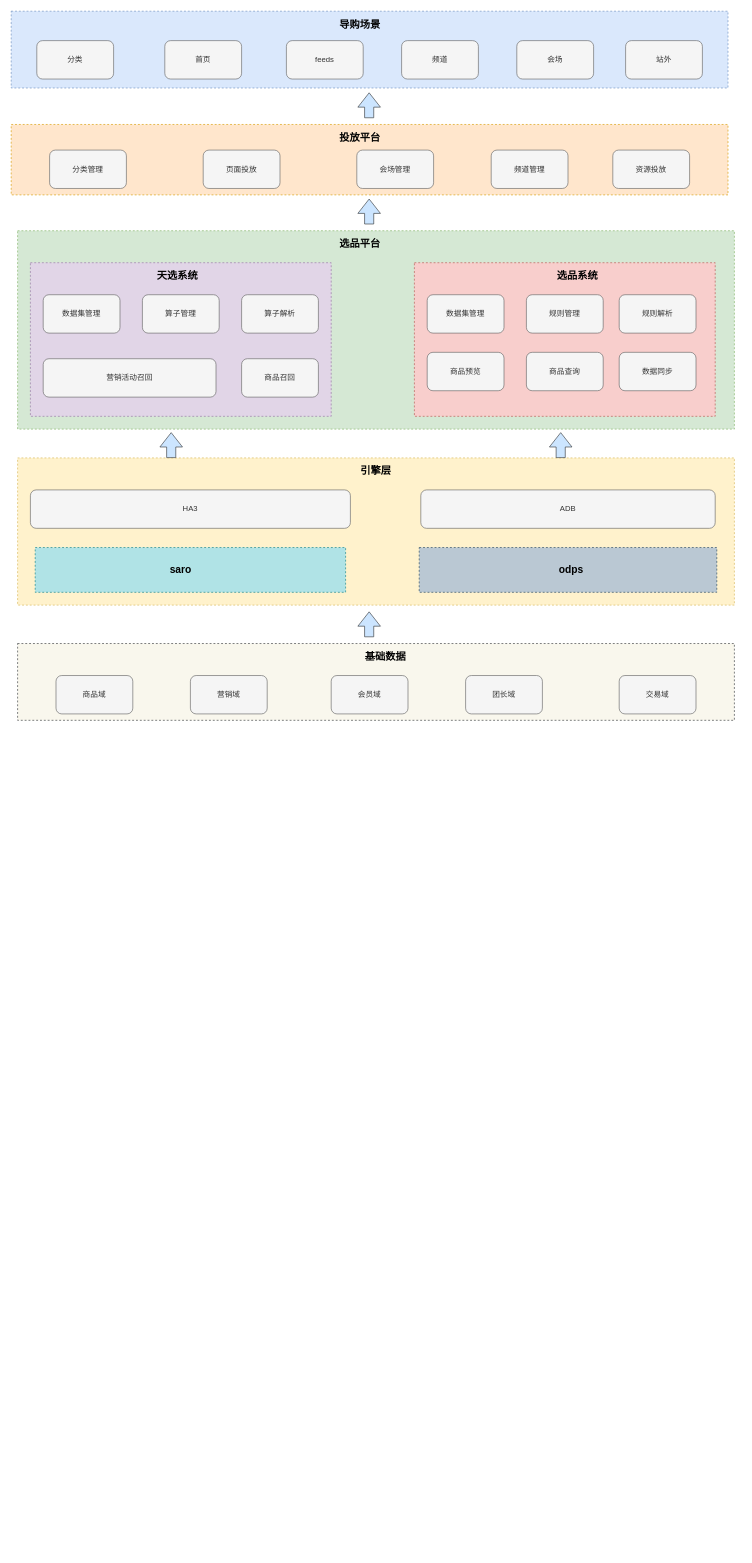
This is Untitled Diagram.drawio from xushaoping/hosts, a draw.io file, before an edit. Source tidied: cells renumbered, new cells numbered last; positions are measured from the earlier drawing's top-left corner, leaving out a move shared by most shapes. Both pictures are drawn from the tidied source at 64%, with x=0, y=0 at pixel (11, 11).
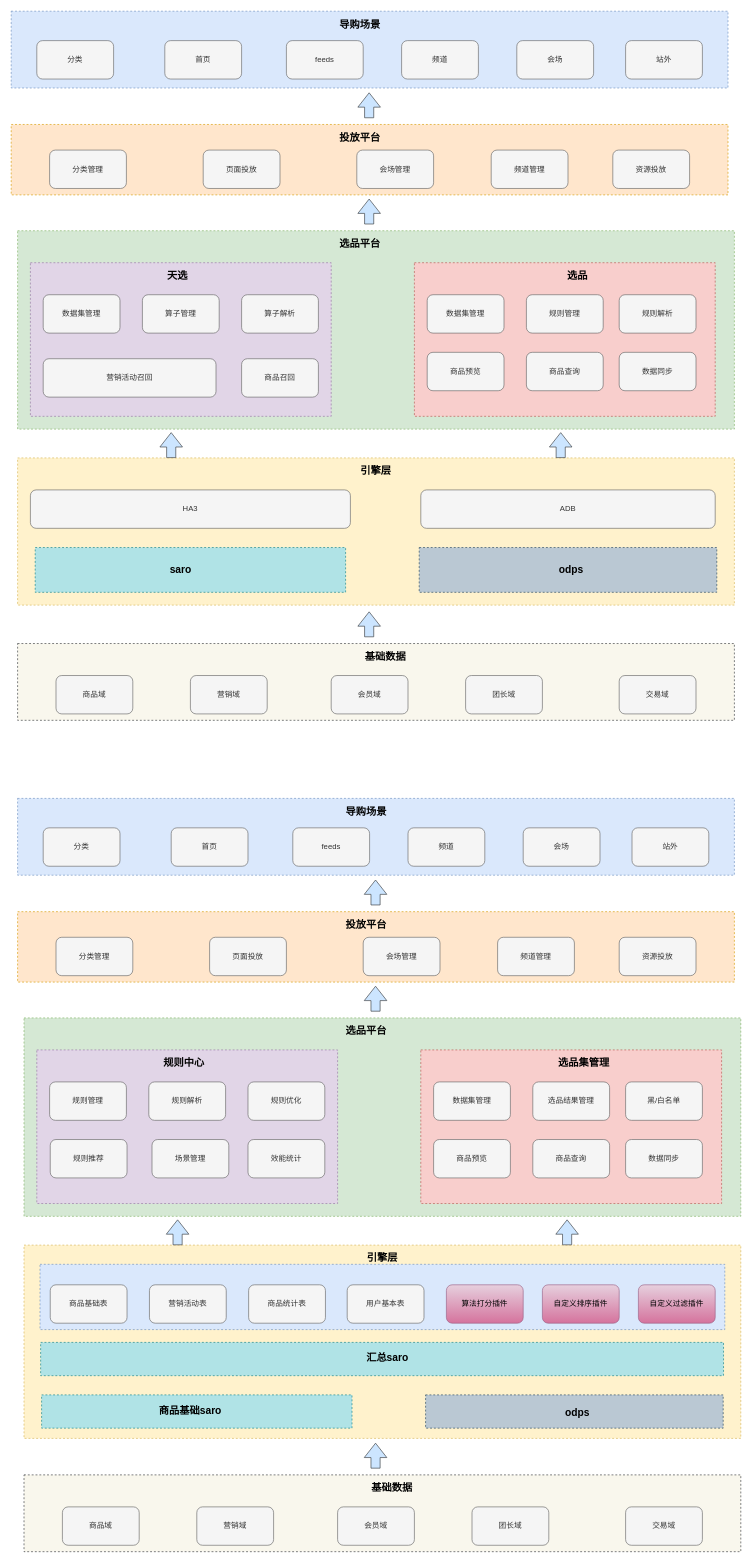
After the change.

Change to the diagram source:
```diff
@@
-    <mxCell id="20" value="天选系统" style="text;html=1;strokeColor=none;fillColor=none;align=center;verticalAlign=middle;whiteSpace=wrap;rounded=0;fontStyle=1;fontSize=16;" parent="1" vertex="1">
+    <mxCell id="20" value="天选" style="text;html=1;strokeColor=none;fillColor=none;align=center;verticalAlign=middle;whiteSpace=wrap;rounded=0;fontStyle=1;fontSize=16;" parent="1" vertex="1">
       <mxGeometry x="195" y="403" width="130" height="20" as="geometry" />
     </mxCell>
@@
-    <mxCell id="22" value="选品系统" style="text;html=1;strokeColor=none;fillColor=none;align=center;verticalAlign=middle;whiteSpace=wrap;rounded=0;fontStyle=1;fontSize=16;" parent="1" vertex="1">
+    <mxCell id="22" value="选品" style="text;html=1;strokeColor=none;fillColor=none;align=center;verticalAlign=middle;whiteSpace=wrap;rounded=0;fontStyle=1;fontSize=16;" parent="1" vertex="1">
       <mxGeometry x="820" y="403" width="130" height="20" as="geometry" />
     </mxCell>
@@
+    <mxCell id="54" style="rounded=0;whiteSpace=wrap;html=1;fillColor=#dae8fc;dashed=1;strokeColor=#6c8ebf;" parent="1" vertex="1">
+      <mxGeometry x="10" y="1230" width="1120" height="120" as="geometry" />
+    </mxCell>
+    <mxCell id="55" value="分类" style="rounded=1;whiteSpace=wrap;html=1;fillColor=#f5f5f5;strokeColor=#666666;fontColor=#333333;" parent="1" vertex="1">
+      <mxGeometry x="50" y="1276" width="120" height="60" as="geometry" />
+    </mxCell>
+    <mxCell id="56" value="首页" style="rounded=1;whiteSpace=wrap;html=1;fillColor=#f5f5f5;strokeColor=#666666;fontColor=#333333;" parent="1" vertex="1">
+      <mxGeometry x="250" y="1276" width="120" height="60" as="geometry" />
+    </mxCell>
+    <mxCell id="57" value="feeds" style="rounded=1;whiteSpace=wrap;html=1;fillColor=#f5f5f5;strokeColor=#666666;fontColor=#333333;" parent="1" vertex="1">
+      <mxGeometry x="440" y="1276" width="120" height="60" as="geometry" />
+    </mxCell>
+    <mxCell id="58" value="频道" style="rounded=1;whiteSpace=wrap;html=1;fillColor=#f5f5f5;strokeColor=#666666;fontColor=#333333;" parent="1" vertex="1">
+      <mxGeometry x="620" y="1276" width="120" height="60" as="geometry" />
+    </mxCell>
+    <mxCell id="59" value="会场" style="rounded=1;whiteSpace=wrap;html=1;fillColor=#f5f5f5;strokeColor=#666666;fontColor=#333333;" parent="1" vertex="1">
+      <mxGeometry x="800" y="1276" width="120" height="60" as="geometry" />
+    </mxCell>
+    <mxCell id="60" value="站外" style="rounded=1;whiteSpace=wrap;html=1;fillColor=#f5f5f5;strokeColor=#666666;fontColor=#333333;" parent="1" vertex="1">
+      <mxGeometry x="970" y="1276" width="120" height="60" as="geometry" />
+    </mxCell>
+    <mxCell id="61" value="导购场景" style="text;html=1;strokeColor=none;fillColor=none;align=center;verticalAlign=middle;whiteSpace=wrap;rounded=0;fontStyle=1;fontSize=16;" parent="1" vertex="1">
+      <mxGeometry x="490" y="1240" width="130" height="20" as="geometry" />
+    </mxCell>
+    <mxCell id="62" style="rounded=0;whiteSpace=wrap;html=1;fillColor=#ffe6cc;dashed=1;strokeColor=#d79b00;" parent="1" vertex="1">
+      <mxGeometry x="10" y="1407" width="1120" height="110" as="geometry" />
+    </mxCell>
+    <mxCell id="63" value="投放平台" style="text;html=1;strokeColor=none;fillColor=none;align=center;verticalAlign=middle;whiteSpace=wrap;rounded=0;fontStyle=1;fontSize=16;" parent="1" vertex="1">
+      <mxGeometry x="490" y="1417" width="130" height="20" as="geometry" />
+    </mxCell>
+    <mxCell id="64" value="分类管理" style="rounded=1;whiteSpace=wrap;html=1;fillColor=#f5f5f5;strokeColor=#666666;fontColor=#333333;" parent="1" vertex="1">
+      <mxGeometry x="70" y="1447" width="120" height="60" as="geometry" />
+    </mxCell>
+    <mxCell id="65" value="页面投放" style="rounded=1;whiteSpace=wrap;html=1;fillColor=#f5f5f5;strokeColor=#666666;fontColor=#333333;" parent="1" vertex="1">
+      <mxGeometry x="310" y="1447" width="120" height="60" as="geometry" />
+    </mxCell>
+    <mxCell id="66" value="会场管理" style="rounded=1;whiteSpace=wrap;html=1;fillColor=#f5f5f5;strokeColor=#666666;fontColor=#333333;" parent="1" vertex="1">
+      <mxGeometry x="550" y="1447" width="120" height="60" as="geometry" />
+    </mxCell>
+    <mxCell id="67" value="频道管理" style="rounded=1;whiteSpace=wrap;html=1;fillColor=#f5f5f5;strokeColor=#666666;fontColor=#333333;" parent="1" vertex="1">
+      <mxGeometry x="760" y="1447" width="120" height="60" as="geometry" />
+    </mxCell>
+    <mxCell id="68" value="资源投放" style="rounded=1;whiteSpace=wrap;html=1;fillColor=#f5f5f5;strokeColor=#666666;fontColor=#333333;" parent="1" vertex="1">
+      <mxGeometry x="950" y="1447" width="120" height="60" as="geometry" />
+    </mxCell>
+    <mxCell id="69" style="rounded=0;whiteSpace=wrap;html=1;fillColor=#d5e8d4;dashed=1;strokeColor=#82b366;" parent="1" vertex="1">
+      <mxGeometry x="20" y="1573" width="1120" height="310" as="geometry" />
+    </mxCell>
+    <mxCell id="70" value="选品平台" style="text;html=1;strokeColor=none;fillColor=none;align=center;verticalAlign=middle;whiteSpace=wrap;rounded=0;fontStyle=1;fontSize=16;" parent="1" vertex="1">
+      <mxGeometry x="490" y="1583" width="130" height="20" as="geometry" />
+    </mxCell>
+    <mxCell id="71" style="rounded=0;whiteSpace=wrap;html=1;fillColor=#e1d5e7;dashed=1;strokeColor=#9673a6;" parent="1" vertex="1">
+      <mxGeometry x="40" y="1623" width="470" height="240" as="geometry" />
+    </mxCell>
+    <mxCell id="72" value="规则中心" style="text;html=1;strokeColor=none;fillColor=none;align=center;verticalAlign=middle;whiteSpace=wrap;rounded=0;fontStyle=1;fontSize=16;" parent="1" vertex="1">
+      <mxGeometry x="205" y="1633" width="130" height="20" as="geometry" />
+    </mxCell>
+    <mxCell id="73" style="rounded=0;whiteSpace=wrap;html=1;fillColor=#f8cecc;dashed=1;strokeColor=#b85450;" parent="1" vertex="1">
+      <mxGeometry x="640" y="1623" width="470" height="240" as="geometry" />
+    </mxCell>
+    <mxCell id="74" value="选品集管理" style="text;html=1;strokeColor=none;fillColor=none;align=center;verticalAlign=middle;whiteSpace=wrap;rounded=0;fontStyle=1;fontSize=16;" parent="1" vertex="1">
+      <mxGeometry x="830" y="1633" width="130" height="20" as="geometry" />
+    </mxCell>
+    <mxCell id="75" value="规则管理" style="rounded=1;whiteSpace=wrap;html=1;fillColor=#f5f5f5;strokeColor=#666666;fontColor=#333333;" parent="1" vertex="1">
+      <mxGeometry x="60" y="1673" width="120" height="60" as="geometry" />
+    </mxCell>
+    <mxCell id="76" value="规则解析" style="rounded=1;whiteSpace=wrap;html=1;fillColor=#f5f5f5;strokeColor=#666666;fontColor=#333333;" parent="1" vertex="1">
+      <mxGeometry x="215" y="1673" width="120" height="60" as="geometry" />
+    </mxCell>
+    <mxCell id="77" value="规则优化" style="rounded=1;whiteSpace=wrap;html=1;fillColor=#f5f5f5;strokeColor=#666666;fontColor=#333333;" parent="1" vertex="1">
+      <mxGeometry x="370" y="1673" width="120" height="60" as="geometry" />
+    </mxCell>
+    <mxCell id="78" value="数据集管理" style="rounded=1;whiteSpace=wrap;html=1;fillColor=#f5f5f5;strokeColor=#666666;fontColor=#333333;" parent="1" vertex="1">
+      <mxGeometry x="660" y="1673" width="120" height="60" as="geometry" />
+    </mxCell>
+    <mxCell id="79" value="选品结果管理" style="rounded=1;whiteSpace=wrap;html=1;fillColor=#f5f5f5;strokeColor=#666666;fontColor=#333333;" parent="1" vertex="1">
+      <mxGeometry x="815" y="1673" width="120" height="60" as="geometry" />
+    </mxCell>
+    <mxCell id="80" value="黑/白名单" style="rounded=1;whiteSpace=wrap;html=1;fillColor=#f5f5f5;strokeColor=#666666;fontColor=#333333;" parent="1" vertex="1">
+      <mxGeometry x="960" y="1673" width="120" height="60" as="geometry" />
+    </mxCell>
+    <mxCell id="81" value="商品预览" style="rounded=1;whiteSpace=wrap;html=1;fillColor=#f5f5f5;strokeColor=#666666;fontColor=#333333;" parent="1" vertex="1">
+      <mxGeometry x="660" y="1763" width="120" height="60" as="geometry" />
+    </mxCell>
+    <mxCell id="82" value="商品查询" style="rounded=1;whiteSpace=wrap;html=1;fillColor=#f5f5f5;strokeColor=#666666;fontColor=#333333;" parent="1" vertex="1">
+      <mxGeometry x="815" y="1763" width="120" height="60" as="geometry" />
+    </mxCell>
+    <mxCell id="83" value="数据同步" style="rounded=1;whiteSpace=wrap;html=1;fillColor=#f5f5f5;strokeColor=#666666;fontColor=#333333;" parent="1" vertex="1">
+      <mxGeometry x="960" y="1763" width="120" height="60" as="geometry" />
+    </mxCell>
+    <mxCell id="84" style="rounded=0;whiteSpace=wrap;html=1;fillColor=#fff2cc;dashed=1;strokeColor=#d6b656;" parent="1" vertex="1">
+      <mxGeometry x="20" y="1928" width="1120" height="302" as="geometry" />
+    </mxCell>
+    <mxCell id="85" value="引擎层" style="text;html=1;strokeColor=none;fillColor=none;align=center;verticalAlign=middle;whiteSpace=wrap;rounded=0;fontStyle=1;fontSize=16;" parent="1" vertex="1">
+      <mxGeometry x="515" y="1938" width="130" height="20" as="geometry" />
+    </mxCell>
+    <mxCell id="86" style="rounded=0;whiteSpace=wrap;html=1;fillColor=#b0e3e6;dashed=1;strokeColor=#0e8088;" parent="1" vertex="1">
+      <mxGeometry x="47.5" y="2162" width="485" height="52" as="geometry" />
+    </mxCell>
+    <mxCell id="87" value="商品基础saro" style="text;html=1;strokeColor=none;fillColor=none;align=center;verticalAlign=middle;whiteSpace=wrap;rounded=0;fontStyle=1;fontSize=16;" parent="1" vertex="1">
+      <mxGeometry x="215" y="2177" width="130" height="20" as="geometry" />
+    </mxCell>
+    <mxCell id="88" style="rounded=0;whiteSpace=wrap;html=1;fillColor=#bac8d3;dashed=1;strokeColor=#23445d;" parent="1" vertex="1">
+      <mxGeometry x="647.5" y="2162" width="465" height="52" as="geometry" />
+    </mxCell>
+    <mxCell id="89" value="odps" style="text;html=1;strokeColor=none;fillColor=none;align=center;verticalAlign=middle;whiteSpace=wrap;rounded=0;fontStyle=1;fontSize=16;" parent="1" vertex="1">
+      <mxGeometry x="820" y="2179" width="130" height="20" as="geometry" />
+    </mxCell>
+    <mxCell id="90" style="rounded=0;whiteSpace=wrap;html=1;fillColor=#f9f7ed;dashed=1;strokeColor=#36393d;" parent="1" vertex="1">
+      <mxGeometry x="20" y="2287" width="1120" height="120" as="geometry" />
+    </mxCell>
+    <mxCell id="91" value="基础数据" style="text;html=1;strokeColor=none;fillColor=none;align=center;verticalAlign=middle;whiteSpace=wrap;rounded=0;fontStyle=1;fontSize=16;" parent="1" vertex="1">
+      <mxGeometry x="530" y="2297" width="130" height="20" as="geometry" />
+    </mxCell>
+    <mxCell id="92" value="商品域" style="rounded=1;whiteSpace=wrap;html=1;fillColor=#f5f5f5;strokeColor=#666666;fontColor=#333333;" parent="1" vertex="1">
+      <mxGeometry x="80" y="2337" width="120" height="60" as="geometry" />
+    </mxCell>
+    <mxCell id="93" value="营销域" style="rounded=1;whiteSpace=wrap;html=1;fillColor=#f5f5f5;strokeColor=#666666;fontColor=#333333;" parent="1" vertex="1">
+      <mxGeometry x="290" y="2337" width="120" height="60" as="geometry" />
+    </mxCell>
+    <mxCell id="94" value="会员域" style="rounded=1;whiteSpace=wrap;html=1;fillColor=#f5f5f5;strokeColor=#666666;fontColor=#333333;" parent="1" vertex="1">
+      <mxGeometry x="510" y="2337" width="120" height="60" as="geometry" />
+    </mxCell>
+    <mxCell id="95" value="团长域" style="rounded=1;whiteSpace=wrap;html=1;fillColor=#f5f5f5;strokeColor=#666666;fontColor=#333333;" parent="1" vertex="1">
+      <mxGeometry x="720" y="2337" width="120" height="60" as="geometry" />
+    </mxCell>
+    <mxCell id="96" value="交易域" style="rounded=1;whiteSpace=wrap;html=1;fillColor=#f5f5f5;strokeColor=#666666;fontColor=#333333;" parent="1" vertex="1">
+      <mxGeometry x="960" y="2337" width="120" height="60" as="geometry" />
+    </mxCell>
+    <mxCell id="97" style="shape=flexArrow;endArrow=classic;html=1;fontSize=16;width=14.285714285714286;endSize=7.142857142857143;fillColor=#cce5ff;strokeColor=#36393d;" parent="1" edge="1">
+      <mxGeometry relative="1" as="geometry">
+        <mxPoint x="868.6" y="1928" as="sourcePoint" />
+        <mxPoint x="868.6" y="1888" as="targetPoint" />
+      </mxGeometry>
+    </mxCell>
+    <mxCell id="98" style="shape=flexArrow;endArrow=classic;html=1;fontSize=16;width=14.285714285714286;endSize=7.142857142857143;fillColor=#cce5ff;strokeColor=#36393d;" parent="1" edge="1">
+      <mxGeometry relative="1" as="geometry">
+        <mxPoint x="260" y="1928" as="sourcePoint" />
+        <mxPoint x="260" y="1888" as="targetPoint" />
+      </mxGeometry>
+    </mxCell>
+    <mxCell id="99" style="shape=flexArrow;endArrow=classic;html=1;fontSize=16;width=14.285714285714286;endSize=7.142857142857143;fillColor=#cce5ff;strokeColor=#36393d;" parent="1" edge="1">
+      <mxGeometry relative="1" as="geometry">
+        <mxPoint x="569.3" y="1563" as="sourcePoint" />
+        <mxPoint x="569.3" y="1523" as="targetPoint" />
+      </mxGeometry>
+    </mxCell>
+    <mxCell id="100" style="shape=flexArrow;endArrow=classic;html=1;fontSize=16;width=14.285714285714286;endSize=7.142857142857143;fillColor=#cce5ff;strokeColor=#36393d;" parent="1" edge="1">
+      <mxGeometry relative="1" as="geometry">
+        <mxPoint x="569.3" y="1397" as="sourcePoint" />
+        <mxPoint x="569.3" y="1357" as="targetPoint" />
+      </mxGeometry>
+    </mxCell>
+    <mxCell id="101" style="shape=flexArrow;endArrow=classic;html=1;fontSize=16;width=14.285714285714286;endSize=7.142857142857143;fillColor=#cce5ff;strokeColor=#36393d;" parent="1" edge="1">
+      <mxGeometry relative="1" as="geometry">
+        <mxPoint x="569.3" y="2277" as="sourcePoint" />
+        <mxPoint x="569.3" y="2237" as="targetPoint" />
+      </mxGeometry>
+    </mxCell>
+    <mxCell id="102" style="rounded=0;whiteSpace=wrap;html=1;fillColor=#b0e3e6;dashed=1;strokeColor=#0e8088;" parent="1" vertex="1">
+      <mxGeometry x="46" y="2080" width="1067" height="52" as="geometry" />
+    </mxCell>
+    <mxCell id="103" value="汇总saro" style="text;html=1;strokeColor=none;fillColor=none;align=center;verticalAlign=middle;whiteSpace=wrap;rounded=0;fontStyle=1;fontSize=16;" parent="1" vertex="1">
+      <mxGeometry x="522.5" y="2093" width="130" height="20" as="geometry" />
+    </mxCell>
+    <mxCell id="104" style="rounded=0;whiteSpace=wrap;html=1;fillColor=#dae8fc;dashed=1;strokeColor=#6c8ebf;" parent="1" vertex="1">
+      <mxGeometry x="45" y="1958" width="1070" height="102" as="geometry" />
+    </mxCell>
+    <mxCell id="105" value="商品基础表" style="rounded=1;whiteSpace=wrap;html=1;fillColor=#f5f5f5;strokeColor=#666666;fontColor=#333333;" parent="1" vertex="1">
+      <mxGeometry x="61" y="1990" width="120" height="60" as="geometry" />
+    </mxCell>
+    <mxCell id="106" value="营销活动表" style="rounded=1;whiteSpace=wrap;html=1;fillColor=#f5f5f5;strokeColor=#666666;fontColor=#333333;" parent="1" vertex="1">
+      <mxGeometry x="216" y="1990" width="120" height="60" as="geometry" />
+    </mxCell>
+    <mxCell id="107" value="商品统计表" style="rounded=1;whiteSpace=wrap;html=1;fillColor=#f5f5f5;strokeColor=#666666;fontColor=#333333;" parent="1" vertex="1">
+      <mxGeometry x="371" y="1990" width="120" height="60" as="geometry" />
+    </mxCell>
+    <mxCell id="108" value="用户基本表" style="rounded=1;whiteSpace=wrap;html=1;fillColor=#f5f5f5;strokeColor=#666666;fontColor=#333333;" parent="1" vertex="1">
+      <mxGeometry x="525" y="1990" width="120" height="60" as="geometry" />
+    </mxCell>
+    <mxCell id="109" value="算法打分插件" style="rounded=1;whiteSpace=wrap;html=1;fillColor=#e6d0de;strokeColor=#996185;gradientColor=#d5739d;" parent="1" vertex="1">
+      <mxGeometry x="680" y="1990" width="120" height="60" as="geometry" />
+    </mxCell>
+    <mxCell id="110" value="自定义排序插件" style="rounded=1;whiteSpace=wrap;html=1;fillColor=#e6d0de;strokeColor=#996185;gradientColor=#d5739d;" parent="1" vertex="1">
+      <mxGeometry x="830" y="1990" width="120" height="60" as="geometry" />
+    </mxCell>
+    <mxCell id="111" value="自定义过滤插件" style="rounded=1;whiteSpace=wrap;html=1;fillColor=#e6d0de;strokeColor=#996185;gradientColor=#d5739d;" parent="1" vertex="1">
+      <mxGeometry x="980" y="1990" width="120" height="60" as="geometry" />
+    </mxCell>
+    <mxCell id="112" value="规则推荐" style="rounded=1;whiteSpace=wrap;html=1;fillColor=#f5f5f5;strokeColor=#666666;fontColor=#333333;" parent="1" vertex="1">
+      <mxGeometry x="61" y="1763" width="120" height="60" as="geometry" />
+    </mxCell>
+    <mxCell id="113" value="场景管理" style="rounded=1;whiteSpace=wrap;html=1;fillColor=#f5f5f5;strokeColor=#666666;fontColor=#333333;" parent="1" vertex="1">
+      <mxGeometry x="220" y="1763" width="120" height="60" as="geometry" />
+    </mxCell>
+    <mxCell id="114" value="效能统计" style="rounded=1;whiteSpace=wrap;html=1;fillColor=#f5f5f5;strokeColor=#666666;fontColor=#333333;" parent="1" vertex="1">
+      <mxGeometry x="370" y="1763" width="120" height="60" as="geometry" />
+    </mxCell>
```
